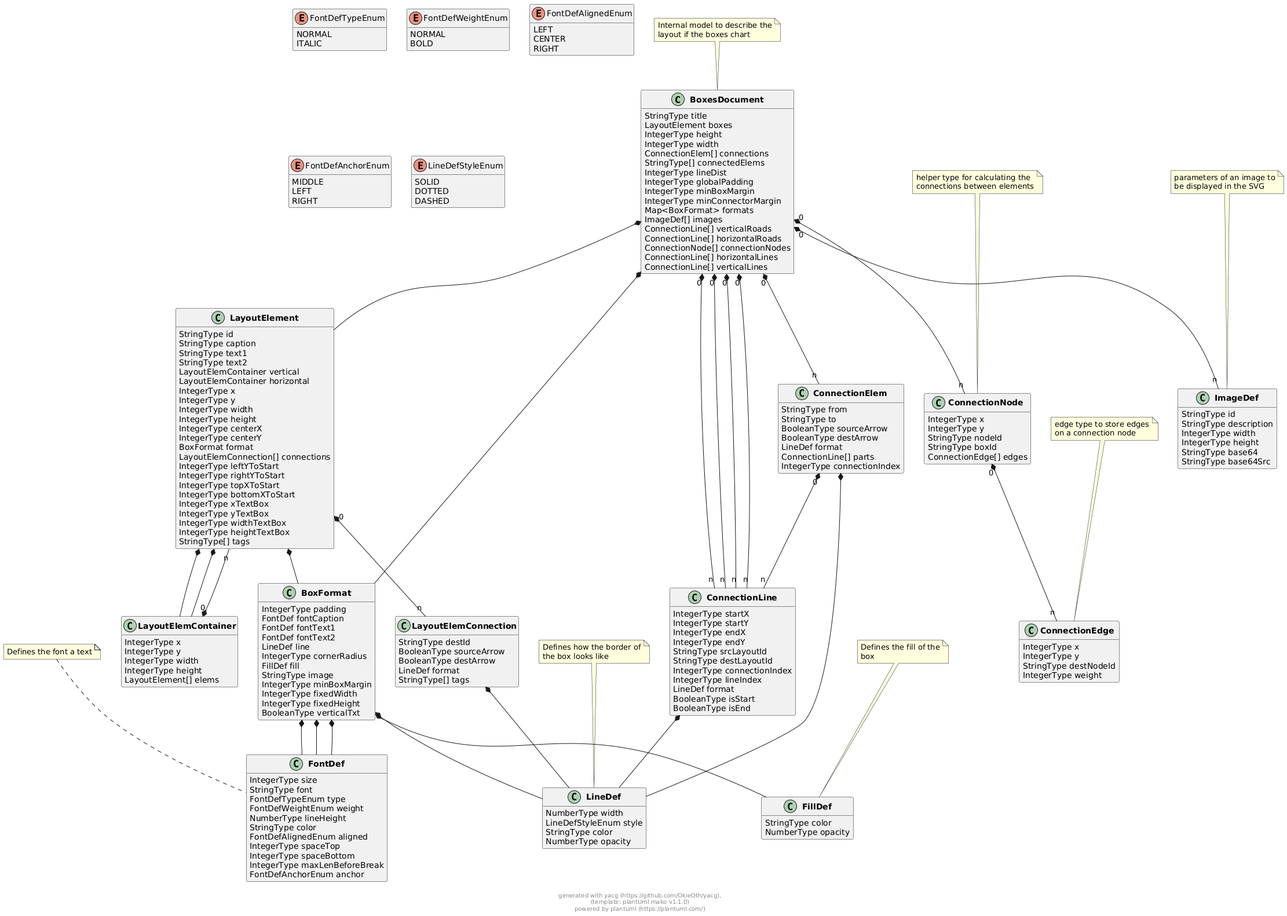
OkieOth/draw.chart.things keeps this PlantUML diagram as docs/models/png/boxes_document.png. Above is the earlier version.
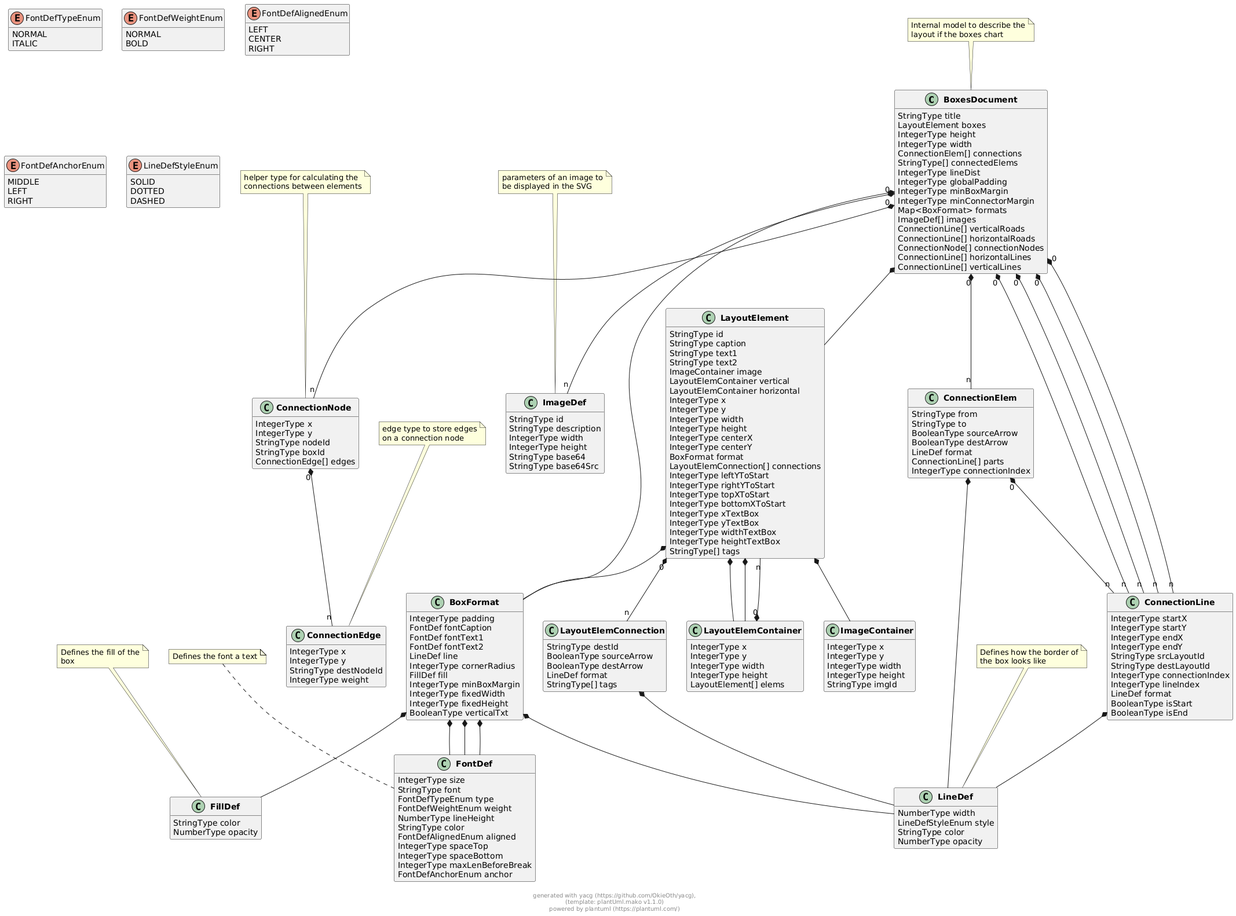
After the change.

Change to the diagram source:
```diff
@@ -31,6 +31,7 @@
         StringType caption
         StringType text1
         StringType text2
+        ImageContainer image
         LayoutElemContainer vertical
         LayoutElemContainer horizontal
         IntegerType x
@@ -75,7 +76,6 @@
         LineDef line
         IntegerType cornerRadius
         FillDef fill
-        StringType image
         IntegerType minBoxMargin
         IntegerType fixedWidth
         IntegerType fixedHeight
@@ -108,6 +108,16 @@
         ConnectionEdge[] edges
 }
 note top: helper type for calculating the\nconnections between elements
+
+
+
+class "**ImageContainer**" as ImageContainer {
+        IntegerType x
+        IntegerType y
+        IntegerType width
+        IntegerType height
+        StringType imgId
+}
 
 
 
@@ -249,6 +259,8 @@
 
 
 
+LayoutElement  *--  ImageContainer
+
 LayoutElement  *--  LayoutElemContainer
 
 LayoutElement  *--  LayoutElemContainer
@@ -309,7 +321,6 @@
 
 
 
-
 ConnectionLine  *--  LineDef
 
 
@@ -320,6 +331,12 @@
 
 
 ConnectionNode "0" *-- "n" ConnectionEdge
+
+
+
+
+
+
 
 
 
```
